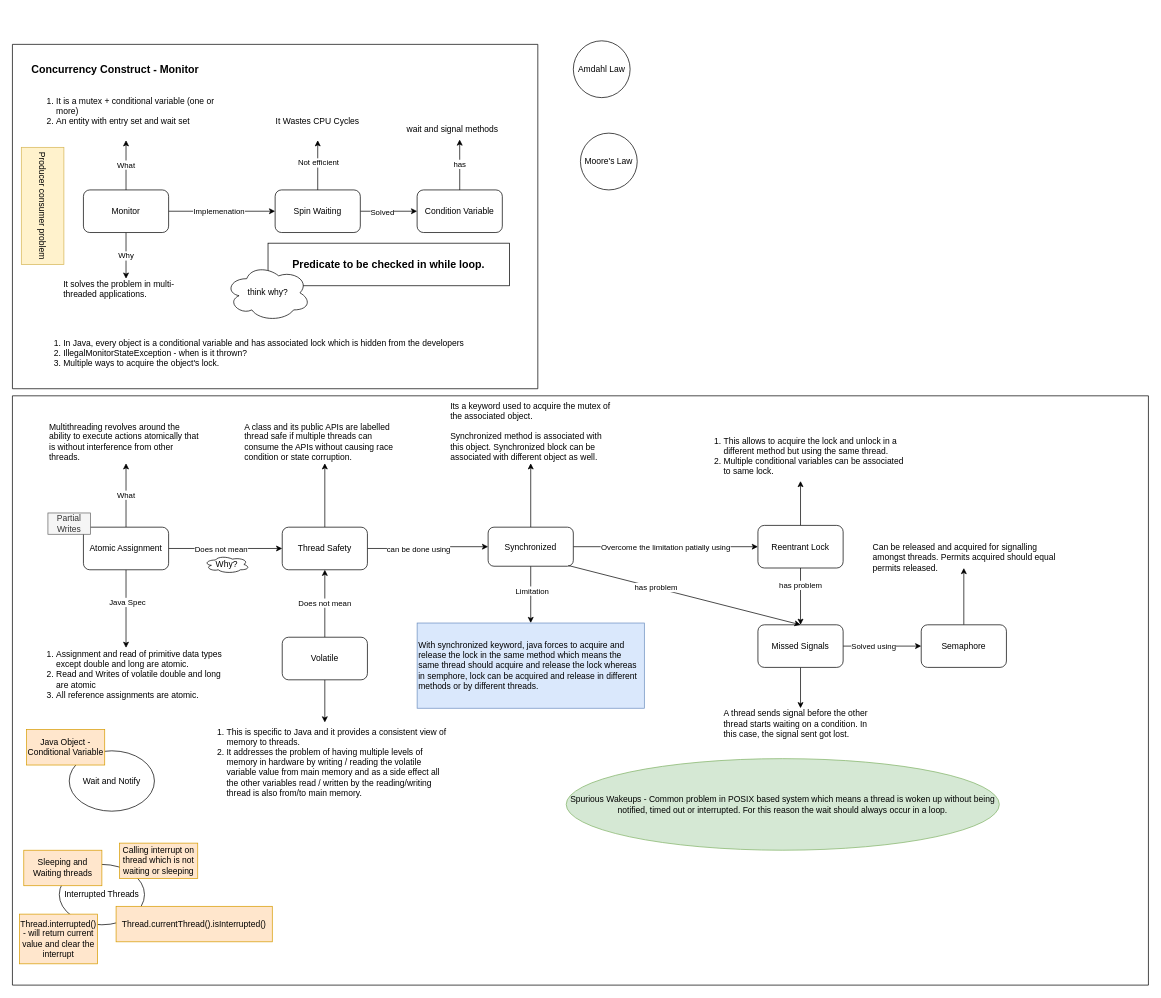
Before: multithreading-java.drawio in balaprojects/graphical_notes, a draw.io diagram. Source tidied: cells renumbered, new cells numbered last; positions are measured from the earlier drawing's top-left corner, leaving out a move shared by most shapes. Both pictures are drawn from the tidied source at 71%, with x=0, y=0 at pixel (-16, 40).
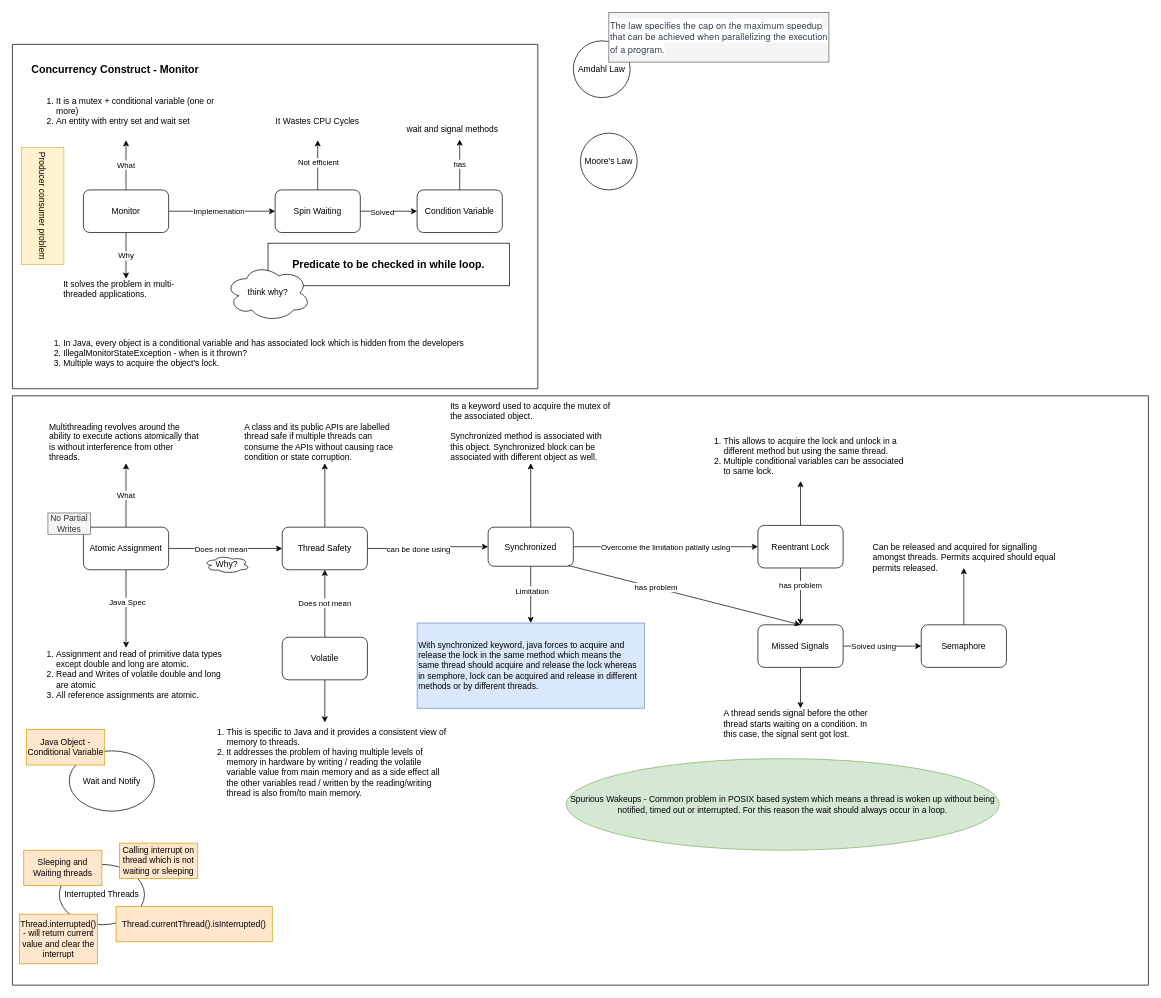
The same page after the edit.

The change refers to these unchanged cells:
```xml
<mxCell id="26" style="swimlane;startSize=0;" parent="1" vertex="1">
  <mxGeometry x="40" y="500" width="1600" height="830" as="geometry" />
</mxCell>
```

The edit, as a diff of the source:
```diff
@@
-    <mxCell id="39" value="Partial Writes" style="text;html=1;align=center;verticalAlign=middle;whiteSpace=wrap;rounded=0;fillColor=#f5f5f5;fontColor=#333333;strokeColor=#666666;" parent="26" vertex="1">
+    <mxCell id="39" value="No Partial Writes" style="text;html=1;align=center;verticalAlign=middle;whiteSpace=wrap;rounded=0;fillColor=#f5f5f5;fontColor=#333333;strokeColor=#666666;" parent="26" vertex="1">
       <mxGeometry x="50" y="165" width="60" height="30" as="geometry" />
     </mxCell>
@@
+    <mxCell id="77" value="&lt;span style=&quot;color: rgb(55, 65, 81); font-family: &amp;quot;Helvetica Neue&amp;quot;, &amp;quot;SF Pro Display&amp;quot;, Arial, Roboto, system-ui, Georgia, serif; background-color: rgb(255, 255, 255);&quot;&gt;&lt;font style=&quot;font-size: 13px;&quot;&gt;The law specifies the cap on the maximum speedup that can be achieved when parallelizing the execution of a program.&lt;/font&gt;&lt;/span&gt;" style="text;html=1;align=left;verticalAlign=middle;whiteSpace=wrap;rounded=0;fillColor=#f5f5f5;strokeColor=#666666;fontColor=#333333;" parent="1" vertex="1">
+      <mxGeometry x="880" y="-40" width="310" height="70" as="geometry" />
+    </mxCell>
```
